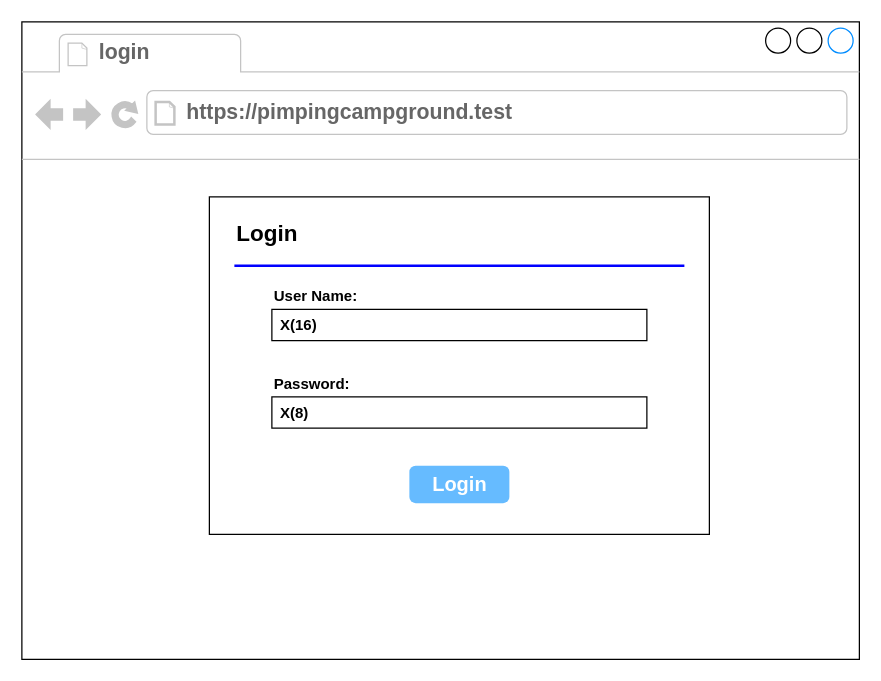
Before: page "input-login" (18 of 24) of Untitled Diagram.drawio in afdikomayte/UDD-PMI-blood-donation-service, a draw.io diagram. Source tidied: cells renumbered, new cells numbered last; positions are measured from the earlier drawing's top-left corner, leaving out a move shared by most shapes. Both pictures are drawn from the tidied source at 125%, with x=0, y=0 at pixel (21, 21).
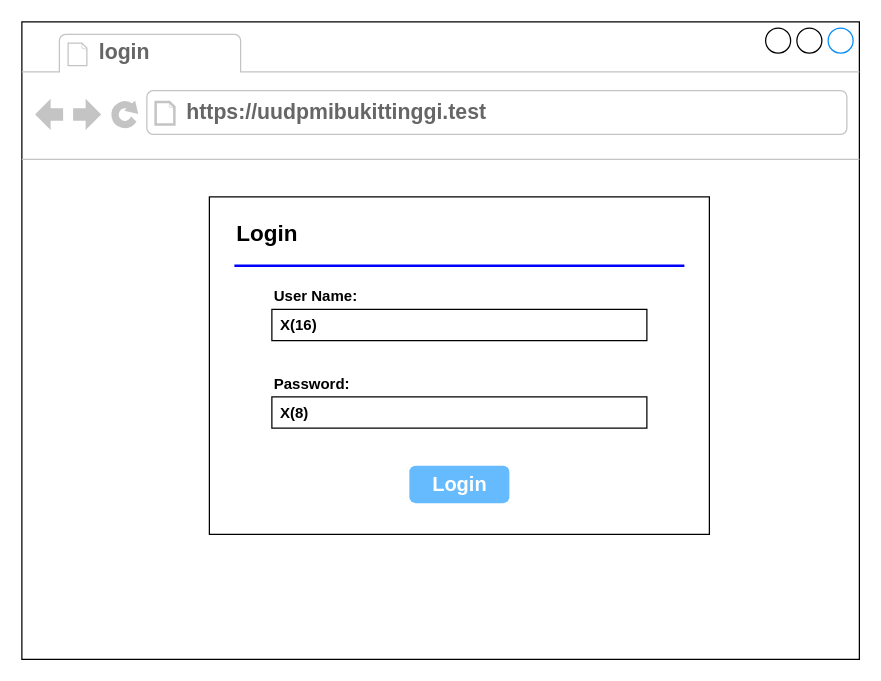
Above is the later version.

Change to the diagram source:
```diff
@@
 <mxGraphModel>
   <root>
     <mxCell id="0" />
     <mxCell id="1" parent="0" />
     <mxCell id="2" style="strokeWidth=1;shadow=0;dashed=0;align=center;html=1;shape=mxgraph.mockup.containers.browserWindow;rSize=0;strokeColor=#000000;strokeColor2=#008cff;strokeColor3=#c4c4c4;mainText=,;fontStyle=1;" parent="1" vertex="1">
       <mxGeometry width="670" height="510" as="geometry" />
     </mxCell>
     <mxCell id="3" value="login" style="strokeWidth=1;shadow=0;dashed=0;align=center;html=1;shape=mxgraph.mockup.containers.anchor;fontSize=17;fontColor=#666666;align=left;whiteSpace=wrap;fontStyle=1;" parent="2" vertex="1">
       <mxGeometry x="60" y="12" width="110" height="26" as="geometry" />
     </mxCell>
-    <mxCell id="4" value="https://pimpingcampground.test" style="strokeWidth=1;shadow=0;dashed=0;align=center;html=1;shape=mxgraph.mockup.containers.anchor;rSize=0;fontSize=17;fontColor=#666666;align=left;fontStyle=1;" parent="2" vertex="1">
+    <mxCell id="4" value="https://uudpmibukittinggi.test" style="strokeWidth=1;shadow=0;dashed=0;align=center;html=1;shape=mxgraph.mockup.containers.anchor;rSize=0;fontSize=17;fontColor=#666666;align=left;fontStyle=1;" parent="2" vertex="1">
       <mxGeometry x="130" y="60" width="250" height="26" as="geometry" />
     </mxCell>
     <mxCell id="5" style="strokeWidth=1;shadow=0;dashed=0;align=center;html=1;shape=mxgraph.mockup.forms.rrect;rSize=0;strokeColor=#000000;fillColor=#ffffff;fontColor=#000000;fontStyle=1;" parent="2" vertex="1">
       <mxGeometry x="150" y="140" width="400" height="270" as="geometry" />
     </mxCell>
     <mxCell id="6" value="&lt;span&gt;&lt;font style=&quot;font-size: 18px;&quot;&gt;Login&lt;/font&gt;&lt;/span&gt;" style="strokeWidth=1;shadow=0;dashed=0;align=center;html=1;shape=mxgraph.mockup.forms.anchor;fontSize=12;fontColor=#000000;align=left;spacingLeft=0;fontStyle=1;" parent="5" vertex="1">
       <mxGeometry width="200" height="20" relative="1" as="geometry">
         <mxPoint x="20" y="20" as="offset" />
       </mxGeometry>
     </mxCell>
     <mxCell id="7" style="shape=line;strokeColor=#0000FF;strokeWidth=2;html=1;fontStyle=1;" parent="5" vertex="1">
       <mxGeometry width="360" height="10" relative="1" as="geometry">
         <mxPoint x="20" y="50" as="offset" />
       </mxGeometry>
     </mxCell>
     <mxCell id="8" value="User Name:" style="strokeWidth=1;shadow=0;dashed=0;align=center;html=1;shape=mxgraph.mockup.forms.anchor;fontSize=12;fontColor=#000000;align=left;spacingLeft=0;fontStyle=1;" parent="5" vertex="1">
       <mxGeometry width="200" height="20" relative="1" as="geometry">
         <mxPoint x="50" y="70" as="offset" />
       </mxGeometry>
     </mxCell>
     <mxCell id="9" value="X(16)" style="strokeWidth=1;shadow=0;dashed=0;align=center;html=1;shape=mxgraph.mockup.forms.rrect;rSize=0;strokeColor=#000000;fontColor=#000000;align=left;spacingLeft=5;fontStyle=1;" parent="5" vertex="1">
       <mxGeometry width="300" height="25" relative="1" as="geometry">
         <mxPoint x="50" y="90" as="offset" />
       </mxGeometry>
     </mxCell>
     <mxCell id="10" value="Password:" style="strokeWidth=1;shadow=0;dashed=0;align=center;html=1;shape=mxgraph.mockup.forms.anchor;fontSize=12;fontColor=#000000;align=left;spacingLeft=0;fontStyle=1;" parent="5" vertex="1">
       <mxGeometry width="200" height="20" relative="1" as="geometry">
         <mxPoint x="50" y="140" as="offset" />
       </mxGeometry>
     </mxCell>
     <mxCell id="11" value="X(8)" style="strokeWidth=1;shadow=0;dashed=0;align=center;html=1;shape=mxgraph.mockup.forms.rrect;rSize=0;strokeColor=#000000;fontColor=#000000;align=left;spacingLeft=5;fontStyle=1;" parent="5" vertex="1">
       <mxGeometry width="300" height="25" relative="1" as="geometry">
         <mxPoint x="50" y="160" as="offset" />
       </mxGeometry>
     </mxCell>
     <mxCell id="12" value="Login" style="strokeWidth=1;shadow=0;dashed=0;align=center;shape=mxgraph.mockup.forms.rrect;rSize=5;strokeColor=none;fontColor=#ffffff;fillColor=#66bbff;fontSize=16;fontStyle=1;html=1;" parent="5" vertex="1">
       <mxGeometry y="1" width="80" height="30" relative="1" as="geometry">
         <mxPoint x="160" y="-55" as="offset" />
       </mxGeometry>
     </mxCell>
   </root>
 </mxGraphModel>
```
